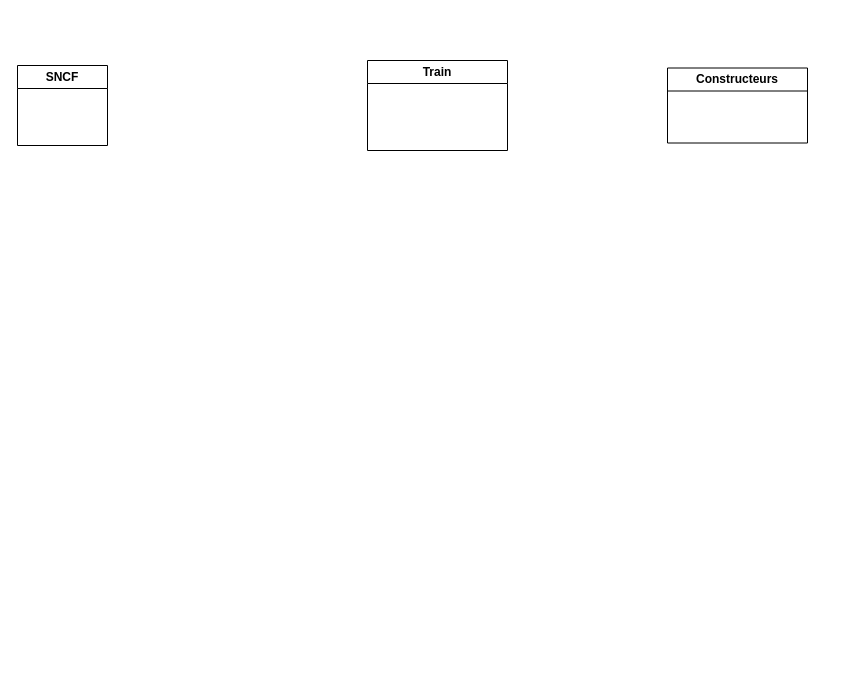
The draw.io diagram Diagramme sans nom.drawio in Darkseid-maker/jassim.github.io, before the edit. Source tidied: cells renumbered, new cells numbered last; positions are measured from the earlier drawing's top-left corner, leaving out a move shared by most shapes. Both pictures are drawn from the tidied source at 100%, with x=0, y=0 at pixel (17, 60).
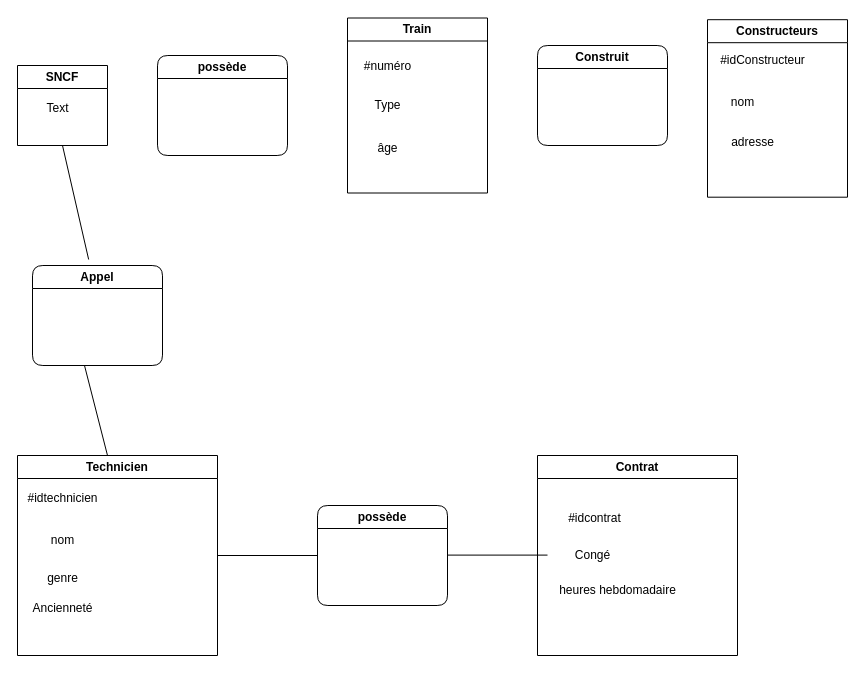
Above is the later version.

Commit message (it also covers changes not shown here):
Mettre à jour Diagramme sans nom.drawio

Unchanged cells that the change refers to:
```xml
<mxCell id="2" value="SNCF" style="swimlane;whiteSpace=wrap;html=1;" parent="1" vertex="1">
  <mxGeometry y="5" width="90" height="80" as="geometry" />
</mxCell>
```

What changed in the source:
```diff
@@
     <mxCell id="3" value="Train" style="swimlane;whiteSpace=wrap;html=1;" parent="1" vertex="1">
-      <mxGeometry x="350" width="140" height="90" as="geometry" />
+      <mxGeometry x="330" y="-42.5" width="140" height="175" as="geometry" />
     </mxCell>
+    <mxCell id="5" value="Type" style="text;html=1;align=center;verticalAlign=middle;strokeColor=none;fillColor=none;" parent="3" vertex="1">
+      <mxGeometry x="15" y="72.5" width="50" height="30" as="geometry" />
+    </mxCell>
+    <mxCell id="6" value="#numéro" style="text;html=1;align=center;verticalAlign=middle;strokeColor=none;fillColor=none;" parent="3" vertex="1">
+      <mxGeometry x="5" y="33" width="70" height="30" as="geometry" />
+    </mxCell>
+    <mxCell id="7" value="âge" style="text;html=1;align=center;verticalAlign=middle;strokeColor=none;fillColor=none;" parent="3" vertex="1">
+      <mxGeometry x="20" y="115" width="40" height="30" as="geometry" />
+    </mxCell>
     <mxCell id="4" value="Constructeurs" style="swimlane;whiteSpace=wrap;html=1;" parent="1" vertex="1">
-      <mxGeometry x="650" y="7.5" width="140" height="75" as="geometry" />
+      <mxGeometry x="690" y="-40.8" width="140" height="177.5" as="geometry" />
     </mxCell>
+    <mxCell id="8" value="#idConstructeur" style="text;html=1;align=center;verticalAlign=middle;strokeColor=none;fillColor=none;" parent="4" vertex="1">
+      <mxGeometry y="25.5" width="110" height="30" as="geometry" />
+    </mxCell>
+    <mxCell id="9" value="adresse" style="text;html=1;align=center;verticalAlign=middle;strokeColor=none;fillColor=none;" parent="4" vertex="1">
+      <mxGeometry x="10" y="107.5" width="70" height="30" as="geometry" />
+    </mxCell>
+    <mxCell id="10" value="nom" style="text;html=1;align=center;verticalAlign=middle;strokeColor=none;fillColor=none;" parent="4" vertex="1">
+      <mxGeometry x="10" y="67.5" width="50" height="30" as="geometry" />
+    </mxCell>
+    <mxCell id="11" value="Text" style="text;html=1;align=center;verticalAlign=middle;strokeColor=none;fillColor=none;" parent="1" vertex="1">
+      <mxGeometry x="15" y="33" width="50" height="30" as="geometry" />
+    </mxCell>
+    <mxCell id="12" value="Technicien" style="swimlane;whiteSpace=wrap;html=1;" parent="1" vertex="1">
+      <mxGeometry y="395" width="200" height="200" as="geometry" />
+    </mxCell>
+    <mxCell id="13" value="#idtechnicien" style="text;html=1;align=center;verticalAlign=middle;strokeColor=none;fillColor=none;" parent="12" vertex="1">
+      <mxGeometry y="28" width="90" height="30" as="geometry" />
+    </mxCell>
+    <mxCell id="14" value="nom" style="text;html=1;align=center;verticalAlign=middle;strokeColor=none;fillColor=none;" parent="12" vertex="1">
+      <mxGeometry x="20" y="70" width="50" height="30" as="geometry" />
+    </mxCell>
+    <mxCell id="15" value="Ancienneté" style="text;html=1;align=center;verticalAlign=middle;strokeColor=none;fillColor=none;" parent="12" vertex="1">
+      <mxGeometry x="5" y="138" width="80" height="30" as="geometry" />
+    </mxCell>
+    <mxCell id="16" value="genre" style="text;html=1;align=center;verticalAlign=middle;strokeColor=none;fillColor=none;" parent="12" vertex="1">
+      <mxGeometry x="20" y="108" width="50" height="30" as="geometry" />
+    </mxCell>
+    <mxCell id="17" value="Contrat" style="swimlane;whiteSpace=wrap;html=1;" parent="1" vertex="1">
+      <mxGeometry x="520" y="395" width="200" height="200" as="geometry" />
+    </mxCell>
+    <mxCell id="18" value="#idcontrat" style="text;html=1;align=center;verticalAlign=middle;strokeColor=none;fillColor=none;" parent="17" vertex="1">
+      <mxGeometry x="17" y="48" width="80" height="30" as="geometry" />
+    </mxCell>
+    <mxCell id="19" value="Congé" style="text;html=1;align=center;verticalAlign=middle;strokeColor=none;fillColor=none;" parent="17" vertex="1">
+      <mxGeometry x="25" y="85" width="60" height="30" as="geometry" />
+    </mxCell>
+    <mxCell id="20" value="heures hebdomadaire" style="text;html=1;align=center;verticalAlign=middle;strokeColor=none;fillColor=none;" parent="17" vertex="1">
+      <mxGeometry x="10" y="120" width="140" height="30" as="geometry" />
+    </mxCell>
+    <mxCell id="21" value="possède" style="swimlane;whiteSpace=wrap;html=1;rounded=1;" parent="1" vertex="1">
+      <mxGeometry x="140" y="-5" width="130" height="100" as="geometry" />
+    </mxCell>
+    <mxCell id="22" value="Construit" style="swimlane;whiteSpace=wrap;html=1;rounded=1;" parent="1" vertex="1">
+      <mxGeometry x="520" y="-15" width="130" height="100" as="geometry" />
+    </mxCell>
+    <mxCell id="23" value="Appel" style="swimlane;whiteSpace=wrap;html=1;rounded=1;" parent="1" vertex="1">
+      <mxGeometry x="15" y="205" width="130" height="100" as="geometry" />
+    </mxCell>
+    <mxCell id="24" value="possède" style="swimlane;whiteSpace=wrap;html=1;rounded=1;" parent="1" vertex="1">
+      <mxGeometry x="300" y="445" width="130" height="100" as="geometry" />
+    </mxCell>
+    <mxCell id="25" style="endArrow=none;html=1;rounded=0;entryX=0.5;entryY=1;entryDx=0;entryDy=0;exitX=0.432;exitY=-0.06;exitDx=0;exitDy=0;exitPerimeter=0;" parent="1" edge="1" source="23" target="2">
+      <mxGeometry relative="1" as="geometry" />
+    </mxCell>
+    <mxCell id="26" style="endArrow=none;html=1;rounded=0;entryX=0.5;entryY=1;entryDx=0;entryDy=0;" parent="1" edge="1">
+      <mxGeometry relative="1" as="geometry">
+        <mxPoint x="90" y="395" as="sourcePoint" />
+        <mxPoint x="67" y="305" as="targetPoint" />
+      </mxGeometry>
+    </mxCell>
+    <mxCell id="27" style="endArrow=none;html=1;rounded=0;entryX=0;entryY=0.5;entryDx=0;entryDy=0;" parent="1" edge="1" target="24">
+      <mxGeometry relative="1" as="geometry">
+        <mxPoint x="200" y="495" as="sourcePoint" />
+      </mxGeometry>
+    </mxCell>
+    <mxCell id="28" style="endArrow=none;html=1;rounded=0;entryX=0;entryY=0.5;entryDx=0;entryDy=0;" parent="1" edge="1">
+      <mxGeometry relative="1" as="geometry">
+        <mxPoint x="430" y="494.6" as="sourcePoint" />
+        <mxPoint x="530" y="494.6" as="targetPoint" />
+      </mxGeometry>
+    </mxCell>
```
